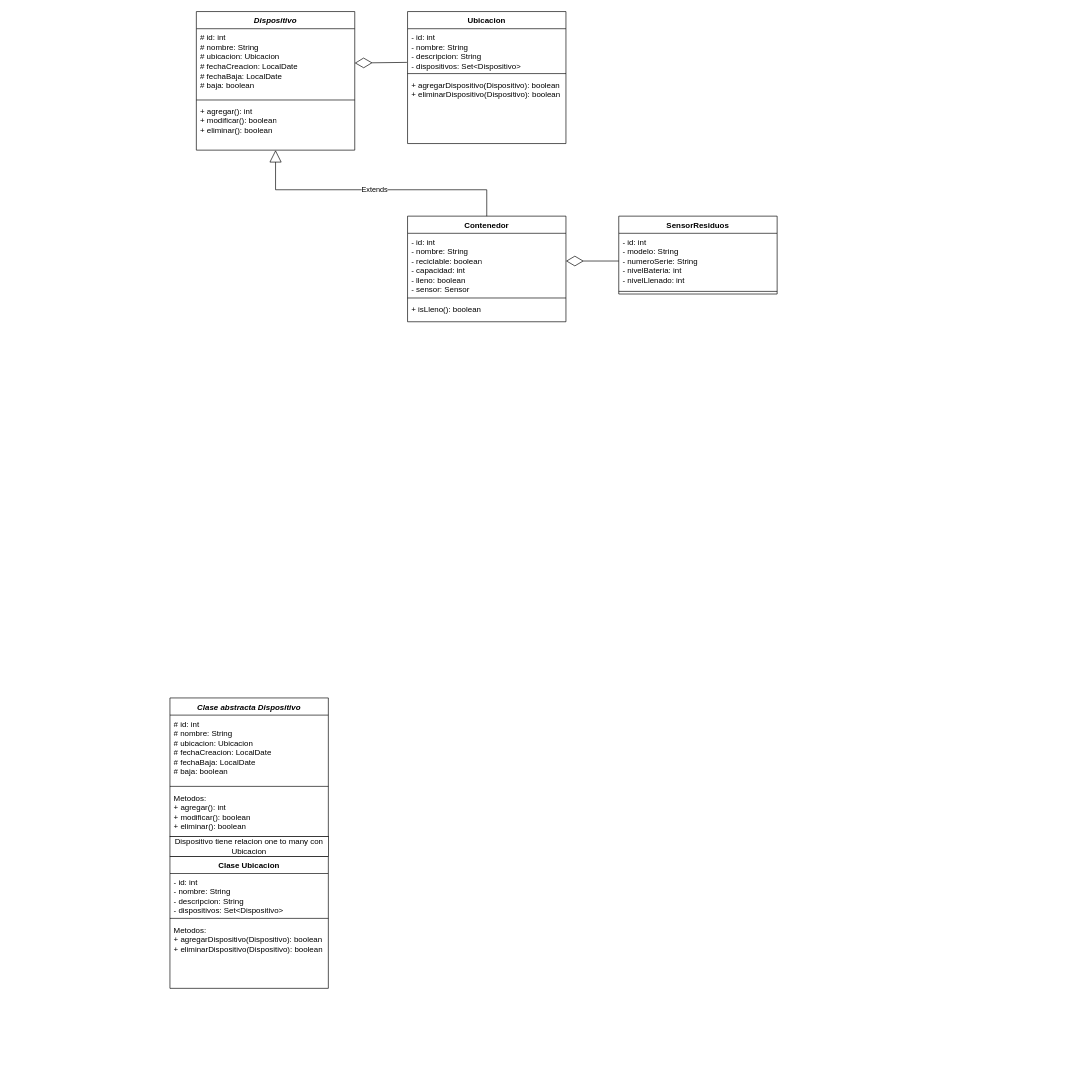
Above: Diagrama de Clases - Grupo 17.drawio in BarbaraNewman/grupo-17-OO2-2023 (draw.io), before the change. Source tidied: cells renumbered, new cells numbered last; positions are measured from the earlier drawing's top-left corner, leaving out a move shared by most shapes. Both pictures are drawn from the tidied source at 66%, with x=0, y=0 at pixel (170, 11).
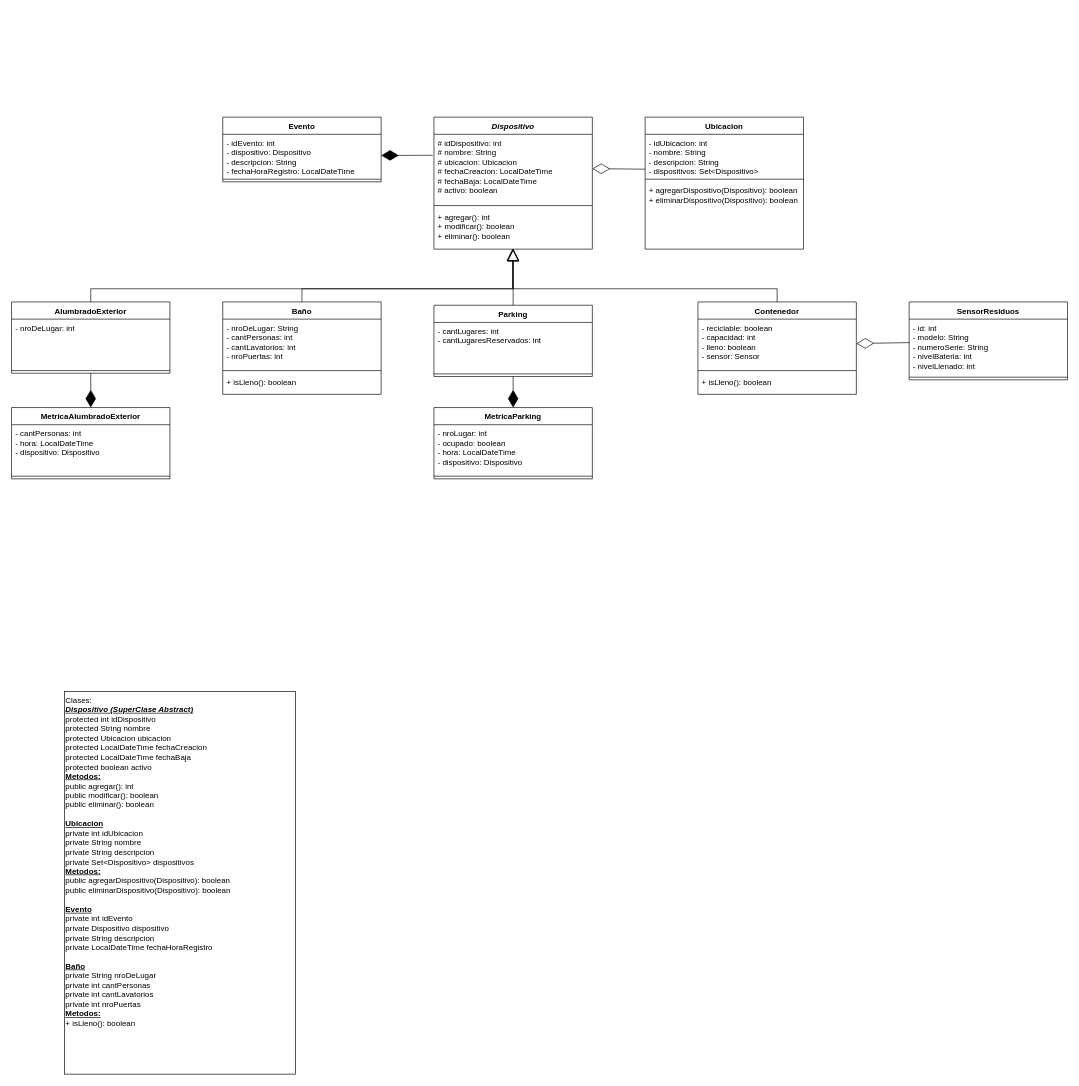
The same diagram, later.

Commit message (it also covers changes not shown here):
Update Diagrama de Clases

Unchanged cells that the change refers to:
```xml
<mxCell id="17" value="- id: int&lt;br&gt;- modelo: String&lt;br&gt;- numeroSerie: String&lt;br&gt;- nivelBateria: int&lt;br&gt;- nivelLlenado: int" style="text;strokeColor=none;fillColor=none;align=left;verticalAlign=top;spacingLeft=4;spacingRight=4;overflow=hidden;points=[[0,0.5],[1,0.5]];portConstraint=eastwest;whiteSpace=wrap;html=1;" parent="16" vertex="1">
  <mxGeometry y="26" width="240" height="84" as="geometry" />
</mxCell>
```

Diff of the diagram source:
```diff
@@
     <mxCell id="2" value="Ubicacion" style="swimlane;fontStyle=1;align=center;verticalAlign=top;horizontal=1;startSize=26;whiteSpace=wrap;html=1;" parent="1" vertex="1">
-      <mxGeometry x="360" width="240" height="200" as="geometry" />
+      <mxGeometry x="720" y="160" width="240" height="200" as="geometry" />
     </mxCell>
-    <mxCell id="3" value="- id: int&lt;br&gt;- nombre: String&lt;br&gt;- descripcion: String&lt;br&gt;- dispositivos: Set&amp;lt;Dispositivo&amp;gt;" style="text;strokeColor=none;fillColor=none;align=left;verticalAlign=top;spacingLeft=4;spacingRight=4;overflow=hidden;points=[[0,0.5],[1,0.5]];portConstraint=eastwest;whiteSpace=wrap;html=1;" parent="2" vertex="1">
+    <mxCell id="3" value="- idUbicacion: int&lt;br&gt;- nombre: String&lt;br&gt;- descripcion: String&lt;br&gt;- dispositivos: Set&amp;lt;Dispositivo&amp;gt;" style="text;strokeColor=none;fillColor=none;align=left;verticalAlign=top;spacingLeft=4;spacingRight=4;overflow=hidden;points=[[0,0.5],[1,0.5]];portConstraint=eastwest;whiteSpace=wrap;html=1;" parent="2" vertex="1">
       <mxGeometry y="26" width="240" height="64" as="geometry" />
     </mxCell>
@@
     <mxCell id="6" value="&lt;i&gt;Dispositivo&lt;/i&gt;" style="swimlane;fontStyle=1;align=center;verticalAlign=top;horizontal=1;startSize=26;whiteSpace=wrap;html=1;" parent="1" vertex="1">
-      <mxGeometry x="40" width="240" height="210" as="geometry" />
+      <mxGeometry x="400" y="160" width="240" height="200" as="geometry" />
     </mxCell>
-    <mxCell id="7" value="# id: int&lt;br&gt;# nombre: String&lt;br&gt;# ubicacion: Ubicacion&lt;br&gt;# fechaCreacion: LocalDate&lt;br&gt;# fechaBaja: LocalDate&lt;br&gt;# baja: boolean" style="text;strokeColor=none;fillColor=none;align=left;verticalAlign=top;spacingLeft=4;spacingRight=4;overflow=hidden;points=[[0,0.5],[1,0.5]];portConstraint=eastwest;whiteSpace=wrap;html=1;" parent="6" vertex="1">
+    <mxCell id="7" value="# idDispositivo: int&lt;br&gt;# nombre: String&lt;br&gt;# ubicacion: Ubicacion&lt;br&gt;# fechaCreacion: LocalDateTime&lt;br&gt;# fechaBaja: LocalDateTime&lt;br&gt;# activo: boolean" style="text;strokeColor=none;fillColor=none;align=left;verticalAlign=top;spacingLeft=4;spacingRight=4;overflow=hidden;points=[[0,0.5],[1,0.5]];portConstraint=eastwest;whiteSpace=wrap;html=1;" parent="6" vertex="1">
       <mxGeometry y="26" width="240" height="104" as="geometry" />
     </mxCell>
@@
     <mxCell id="9" value="+ agregar(): int&lt;br&gt;+ modificar(): boolean&lt;br&gt;+ eliminar(): boolean" style="text;strokeColor=none;fillColor=none;align=left;verticalAlign=top;spacingLeft=4;spacingRight=4;overflow=hidden;points=[[0,0.5],[1,0.5]];portConstraint=eastwest;whiteSpace=wrap;html=1;" parent="6" vertex="1">
-      <mxGeometry y="138" width="240" height="72" as="geometry" />
+      <mxGeometry y="138" width="240" height="62" as="geometry" />
     </mxCell>
     <mxCell id="10" value="Contenedor" style="swimlane;fontStyle=1;align=center;verticalAlign=top;horizontal=1;startSize=26;whiteSpace=wrap;html=1;" parent="1" vertex="1">
-      <mxGeometry x="360" y="310" width="240" height="160" as="geometry" />
+      <mxGeometry x="800" y="440" width="240" height="140" as="geometry" />
     </mxCell>
-    <mxCell id="11" value="- id: int&lt;br&gt;- nombre: String&lt;br&gt;- reciclable: boolean&lt;br&gt;- capacidad: int&lt;br&gt;- lleno: boolean&lt;br&gt;- sensor: Sensor" style="text;strokeColor=none;fillColor=none;align=left;verticalAlign=top;spacingLeft=4;spacingRight=4;overflow=hidden;points=[[0,0.5],[1,0.5]];portConstraint=eastwest;whiteSpace=wrap;html=1;" parent="10" vertex="1">
-      <mxGeometry y="26" width="240" height="94" as="geometry" />
+    <mxCell id="11" value="- reciclable: boolean&lt;br&gt;- capacidad: int&lt;br&gt;- lleno: boolean&lt;br&gt;- sensor: Sensor" style="text;strokeColor=none;fillColor=none;align=left;verticalAlign=top;spacingLeft=4;spacingRight=4;overflow=hidden;points=[[0,0.5],[1,0.5]];portConstraint=eastwest;whiteSpace=wrap;html=1;" parent="10" vertex="1">
+      <mxGeometry y="26" width="240" height="74" as="geometry" />
     </mxCell>
     <mxCell id="12" style="line;strokeWidth=1;fillColor=none;align=left;verticalAlign=middle;spacingTop=-1;spacingLeft=3;spacingRight=3;labelPosition=right;strokeColor=inherit;" parent="10" vertex="1">
-      <mxGeometry y="120" width="240" height="8" as="geometry" />
+      <mxGeometry y="100" width="240" height="8" as="geometry" />
     </mxCell>
     <mxCell id="13" value="+ isLleno(): boolean" style="text;strokeColor=none;fillColor=none;align=left;verticalAlign=top;spacingLeft=4;spacingRight=4;overflow=hidden;whiteSpace=wrap;html=1;" parent="10" vertex="1">
-      <mxGeometry y="128" width="240" height="32" as="geometry" />
+      <mxGeometry y="108" width="240" height="32" as="geometry" />
     </mxCell>
-    <mxCell id="14" value="Extends" style="endArrow=block;endSize=16;endFill=0;html=1;rounded=0;exitX=0.5;exitY=0;exitDx=0;exitDy=0;entryX=0.5;entryY=1;entryDx=0;entryDy=0;entryPerimeter=0;" parent="1" edge="1" source="10" target="9">
+    <mxCell id="14" style="endArrow=block;endSize=16;endFill=0;html=1;rounded=0;exitX=0.5;exitY=0;exitDx=0;exitDy=0;entryX=0.5;entryY=1;entryDx=0;entryDy=0;entryPerimeter=0;" parent="1" edge="1" source="10" target="9">
       <mxGeometry relative="1" as="geometry">
         <Array as="points">
-          <mxPoint x="480" y="270" />
-          <mxPoint x="160" y="270" />
+          <mxPoint x="920" y="420" />
+          <mxPoint x="520" y="420" />
         </Array>
       </mxGeometry>
     </mxCell>
-    <mxCell id="15" style="endArrow=diamondThin;endFill=0;endSize=24;html=1;rounded=0;entryX=1;entryY=0.5;entryDx=0;entryDy=0;exitX=-0.004;exitY=0.797;exitDx=0;exitDy=0;exitPerimeter=0;" parent="1" edge="1" source="3" target="7">
+    <mxCell id="15" style="endArrow=diamondThin;endFill=0;endSize=24;html=1;rounded=0;entryX=1;entryY=0.5;entryDx=0;entryDy=0;exitX=0;exitY=0.826;exitDx=0;exitDy=0;exitPerimeter=0;" parent="1" edge="1" source="3" target="7">
       <mxGeometry relative="1" as="geometry" />
     </mxCell>
     <mxCell id="16" value="SensorResiduos" style="swimlane;fontStyle=1;align=center;verticalAlign=top;horizontal=1;startSize=26;whiteSpace=wrap;html=1;" parent="1" vertex="1">
-      <mxGeometry x="680" y="310" width="240" height="118" as="geometry" />
+      <mxGeometry x="1120" y="440" width="240" height="118" as="geometry" />
     </mxCell>
@@
-    <mxCell id="19" style="endArrow=diamondThin;endFill=0;endSize=24;html=1;rounded=0;exitX=0;exitY=0.5;exitDx=0;exitDy=0;" parent="1" edge="1" source="17">
-      <mxGeometry relative="1" as="geometry">
-        <mxPoint x="600" y="378" as="targetPoint" />
-      </mxGeometry>
+    <mxCell id="19" style="endArrow=diamondThin;endFill=0;endSize=24;html=1;rounded=0;entryX=1;entryY=0.5;entryDx=0;entryDy=0;exitX=0.002;exitY=0.424;exitDx=0;exitDy=0;exitPerimeter=0;" parent="1" edge="1" source="17" target="11">
+      <mxGeometry relative="1" as="geometry" />
     </mxCell>
-    <mxCell id="20" value="Clase Ubicacion" style="swimlane;fontStyle=1;align=center;verticalAlign=top;horizontal=1;startSize=26;whiteSpace=wrap;html=1;" parent="1" vertex="1">
-      <mxGeometry y="1280" width="240" height="200" as="geometry" />
-    </mxCell>
-    <mxCell id="21" value="- id: int&lt;br&gt;- nombre: String&lt;br&gt;- descripcion: String&lt;br&gt;- dispositivos: Set&amp;lt;Dispositivo&amp;gt;" style="text;strokeColor=none;fillColor=none;align=left;verticalAlign=top;spacingLeft=4;spacingRight=4;overflow=hidden;whiteSpace=wrap;html=1;" parent="20" vertex="1">
-      <mxGeometry y="26" width="240" height="64" as="geometry" />
-    </mxCell>
+    <mxCell id="29" value="Evento" style="swimlane;fontStyle=1;align=center;verticalAlign=top;horizontal=1;startSize=26;whiteSpace=wrap;html=1;" parent="1" vertex="1">
+      <mxGeometry x="80" y="160" width="240" height="98" as="geometry" />
+    </mxCell>
+    <mxCell id="30" value="- idEvento: int&lt;br&gt;- dispositivo: Dispositivo&lt;br&gt;- descripcion: String&lt;br&gt;- fechaHoraRegistro: LocalDateTime" style="text;strokeColor=none;fillColor=none;align=left;verticalAlign=top;spacingLeft=4;spacingRight=4;overflow=hidden;points=[[0,0.5],[1,0.5]];portConstraint=eastwest;whiteSpace=wrap;html=1;" parent="29" vertex="1">
+      <mxGeometry y="26" width="240" height="64" as="geometry" />
+    </mxCell>
-    <mxCell id="22" style="line;strokeWidth=1;fillColor=none;align=left;verticalAlign=middle;spacingTop=-1;spacingLeft=3;spacingRight=3;labelPosition=right;strokeColor=inherit;" parent="20" vertex="1">
+    <mxCell id="22" style="line;strokeWidth=1;fillColor=none;align=left;verticalAlign=middle;spacingTop=-1;spacingLeft=3;spacingRight=3;labelPosition=right;strokeColor=inherit;" parent="29" vertex="1">
       <mxGeometry y="90" width="240" height="8" as="geometry" />
     </mxCell>
-    <mxCell id="23" value="Metodos:&lt;br&gt;+ agregarDispositivo(Dispositivo): boolean&lt;br&gt;+ eliminarDispositivo(Dispositivo): boolean" style="text;strokeColor=none;fillColor=none;align=left;verticalAlign=top;spacingLeft=4;spacingRight=4;overflow=hidden;whiteSpace=wrap;html=1;" parent="20" vertex="1">
-      <mxGeometry y="98" width="240" height="102" as="geometry" />
-    </mxCell>
-    <mxCell id="24" value="&lt;i&gt;Clase abstracta Dispositivo&lt;/i&gt;" style="swimlane;fontStyle=1;align=center;verticalAlign=top;horizontal=1;startSize=26;whiteSpace=wrap;html=1;" parent="1" vertex="1">
-      <mxGeometry y="1040" width="240" height="210" as="geometry" />
-    </mxCell>
-    <mxCell id="25" value="# id: int&lt;br&gt;# nombre: String&lt;br&gt;# ubicacion: Ubicacion&lt;br&gt;# fechaCreacion: LocalDate&lt;br&gt;# fechaBaja: LocalDate&lt;br&gt;# baja: boolean" style="text;strokeColor=none;fillColor=none;align=left;verticalAlign=top;spacingLeft=4;spacingRight=4;overflow=hidden;whiteSpace=wrap;html=1;" parent="24" vertex="1">
-      <mxGeometry y="26" width="240" height="104" as="geometry" />
-    </mxCell>
-    <mxCell id="26" style="line;strokeWidth=1;fillColor=none;align=left;verticalAlign=middle;spacingTop=-1;spacingLeft=3;spacingRight=3;labelPosition=right;strokeColor=inherit;" parent="24" vertex="1">
-      <mxGeometry y="130" width="240" height="8" as="geometry" />
-    </mxCell>
-    <mxCell id="27" value="Metodos:&lt;br&gt;+ agregar(): int&lt;br&gt;+ modificar(): boolean&lt;br&gt;+ eliminar(): boolean" style="text;strokeColor=none;fillColor=none;align=left;verticalAlign=top;spacingLeft=4;spacingRight=4;overflow=hidden;whiteSpace=wrap;html=1;" parent="24" vertex="1">
-      <mxGeometry y="138" width="240" height="72" as="geometry" />
-    </mxCell>
-    <mxCell id="28" value="Dispositivo tiene relacion one to many con Ubicacion" style="html=1;whiteSpace=wrap;" parent="1" vertex="1">
-      <mxGeometry y="1250" width="240" height="30" as="geometry" />
-    </mxCell>
+    <mxCell id="31" style="endArrow=diamondThin;endFill=1;endSize=24;html=1;rounded=0;entryX=1;entryY=0.5;entryDx=0;entryDy=0;exitX=-0.008;exitY=0.306;exitDx=0;exitDy=0;exitPerimeter=0;" parent="1" edge="1" source="7" target="30">
+      <mxGeometry relative="1" as="geometry" />
+    </mxCell>
+    <mxCell id="32" value="Baño" style="swimlane;fontStyle=1;align=center;verticalAlign=top;horizontal=1;startSize=26;whiteSpace=wrap;html=1;" parent="1" vertex="1">
+      <mxGeometry x="80" y="440" width="240" height="140" as="geometry" />
+    </mxCell>
+    <mxCell id="33" value="- nroDeLugar: String&lt;br&gt;- cantPersonas: int&lt;br&gt;- cantLavatorios: int&lt;br&gt;- nroPuertas: int" style="text;strokeColor=none;fillColor=none;align=left;verticalAlign=top;spacingLeft=4;spacingRight=4;overflow=hidden;whiteSpace=wrap;html=1;" parent="32" vertex="1">
+      <mxGeometry y="26" width="240" height="74" as="geometry" />
+    </mxCell>
+    <mxCell id="34" style="line;strokeWidth=1;fillColor=none;align=left;verticalAlign=middle;spacingTop=-1;spacingLeft=3;spacingRight=3;labelPosition=right;strokeColor=inherit;" parent="32" vertex="1">
+      <mxGeometry y="100" width="240" height="8" as="geometry" />
+    </mxCell>
+    <mxCell id="35" value="+ isLleno(): boolean" style="text;strokeColor=none;fillColor=none;align=left;verticalAlign=top;spacingLeft=4;spacingRight=4;overflow=hidden;whiteSpace=wrap;html=1;" parent="32" vertex="1">
+      <mxGeometry y="108" width="240" height="32" as="geometry" />
+    </mxCell>
+    <mxCell id="36" style="endArrow=block;endSize=16;endFill=0;html=1;rounded=0;exitX=0.5;exitY=0;exitDx=0;exitDy=0;entryX=0.497;entryY=0.984;entryDx=0;entryDy=0;entryPerimeter=0;" parent="1" edge="1" source="32" target="9">
+      <mxGeometry relative="1" as="geometry">
+        <Array as="points">
+          <mxPoint x="200" y="420" />
+          <mxPoint x="519" y="420" />
+        </Array>
+      </mxGeometry>
+    </mxCell>
+    <mxCell id="37" value="AlumbradoExterior" style="swimlane;fontStyle=1;align=center;verticalAlign=top;horizontal=1;startSize=26;whiteSpace=wrap;html=1;" parent="1" vertex="1">
+      <mxGeometry x="-240" y="440" width="240" height="108" as="geometry" />
+    </mxCell>
+    <mxCell id="38" value="- nroDeLugar: int" style="text;strokeColor=none;fillColor=none;align=left;verticalAlign=top;spacingLeft=4;spacingRight=4;overflow=hidden;whiteSpace=wrap;html=1;" parent="37" vertex="1">
+      <mxGeometry y="26" width="240" height="74" as="geometry" />
+    </mxCell>
+    <mxCell id="39" style="line;strokeWidth=1;fillColor=none;align=left;verticalAlign=middle;spacingTop=-1;spacingLeft=3;spacingRight=3;labelPosition=right;strokeColor=inherit;" parent="37" vertex="1">
+      <mxGeometry y="100" width="240" height="8" as="geometry" />
+    </mxCell>
+    <mxCell id="40" style="endArrow=block;endSize=16;endFill=0;html=1;rounded=0;exitX=0.5;exitY=0;exitDx=0;exitDy=0;" parent="1" edge="1" source="37">
+      <mxGeometry x="-0.55" relative="1" as="geometry">
+        <mxPoint x="520" y="360" as="targetPoint" />
+        <Array as="points">
+          <mxPoint x="-120" y="420" />
+          <mxPoint x="520" y="420" />
+        </Array>
+      </mxGeometry>
+    </mxCell>
+    <mxCell id="41" value="MetricaAlumbradoExterior" style="swimlane;fontStyle=1;align=center;verticalAlign=top;horizontal=1;startSize=26;whiteSpace=wrap;html=1;" parent="1" vertex="1">
+      <mxGeometry x="-240" y="600" width="240" height="108" as="geometry" />
+    </mxCell>
+    <mxCell id="42" value="- cantPersonas: int&lt;br&gt;- hora: LocalDateTime&lt;br&gt;- dispositivo: Dispositivo" style="text;strokeColor=none;fillColor=none;align=left;verticalAlign=top;spacingLeft=4;spacingRight=4;overflow=hidden;whiteSpace=wrap;html=1;" parent="41" vertex="1">
+      <mxGeometry y="26" width="240" height="74" as="geometry" />
+    </mxCell>
+    <mxCell id="43" style="line;strokeWidth=1;fillColor=none;align=left;verticalAlign=middle;spacingTop=-1;spacingLeft=3;spacingRight=3;labelPosition=right;strokeColor=inherit;" parent="41" vertex="1">
+      <mxGeometry y="100" width="240" height="8" as="geometry" />
+    </mxCell>
+    <mxCell id="44" value="Parking" style="swimlane;fontStyle=1;align=center;verticalAlign=top;horizontal=1;startSize=26;whiteSpace=wrap;html=1;" parent="1" vertex="1">
+      <mxGeometry x="400" y="445" width="240" height="108" as="geometry" />
+    </mxCell>
+    <mxCell id="45" value="- cantLugares: int&lt;br&gt;- cantLugaresReservados: int" style="text;strokeColor=none;fillColor=none;align=left;verticalAlign=top;spacingLeft=4;spacingRight=4;overflow=hidden;whiteSpace=wrap;html=1;" parent="44" vertex="1">
+      <mxGeometry y="26" width="240" height="74" as="geometry" />
+    </mxCell>
+    <mxCell id="46" style="line;strokeWidth=1;fillColor=none;align=left;verticalAlign=middle;spacingTop=-1;spacingLeft=3;spacingRight=3;labelPosition=right;strokeColor=inherit;" parent="44" vertex="1">
+      <mxGeometry y="100" width="240" height="8" as="geometry" />
+    </mxCell>
+    <mxCell id="47" style="endArrow=block;endSize=16;endFill=0;html=1;rounded=0;exitX=0.5;exitY=0;exitDx=0;exitDy=0;entryX=0.5;entryY=0.985;entryDx=0;entryDy=0;entryPerimeter=0;" parent="1" edge="1" source="44" target="9">
+      <mxGeometry x="-0.42" relative="1" as="geometry" />
+    </mxCell>
+    <mxCell id="48" value="MetricaParking" style="swimlane;fontStyle=1;align=center;verticalAlign=top;horizontal=1;startSize=26;whiteSpace=wrap;html=1;" parent="1" vertex="1">
+      <mxGeometry x="400" y="600" width="240" height="108" as="geometry" />
+    </mxCell>
+    <mxCell id="49" value="- nroLugar: int&lt;br&gt;- ocupado: boolean&lt;br&gt;- hora: LocalDateTime&lt;br&gt;- dispositivo: Dispositivo" style="text;strokeColor=none;fillColor=none;align=left;verticalAlign=top;spacingLeft=4;spacingRight=4;overflow=hidden;whiteSpace=wrap;html=1;" parent="48" vertex="1">
+      <mxGeometry y="26" width="240" height="74" as="geometry" />
+    </mxCell>
+    <mxCell id="50" style="line;strokeWidth=1;fillColor=none;align=left;verticalAlign=middle;spacingTop=-1;spacingLeft=3;spacingRight=3;labelPosition=right;strokeColor=inherit;" parent="48" vertex="1">
+      <mxGeometry y="100" width="240" height="8" as="geometry" />
+    </mxCell>
+    <mxCell id="51" style="endArrow=diamondThin;endFill=1;endSize=24;html=1;rounded=0;entryX=0.5;entryY=0;entryDx=0;entryDy=0;exitX=0.5;exitY=1;exitDx=0;exitDy=0;" parent="1" edge="1" source="44" target="48">
+      <mxGeometry relative="1" as="geometry" />
+    </mxCell>
+    <mxCell id="52" style="endArrow=diamondThin;endFill=1;endSize=24;html=1;rounded=0;exitX=0.5;exitY=1;exitDx=0;exitDy=0;entryX=0.5;entryY=0;entryDx=0;entryDy=0;" parent="1" edge="1" source="37" target="41">
+      <mxGeometry relative="1" as="geometry" />
+    </mxCell>
+    <mxCell id="53" value="Clases:&lt;br&gt;&lt;i style=&quot;font-weight: 700;&quot;&gt;&lt;u&gt;Dispositivo (SuperClase Abstract)&lt;/u&gt;&lt;br&gt;&lt;/i&gt;protected int&amp;nbsp;idDispositivo&lt;br style=&quot;&quot;&gt;protected String&amp;nbsp;&lt;span style=&quot;&quot;&gt;nombre&lt;/span&gt;&lt;br style=&quot;&quot;&gt;protected Ubicacion&amp;nbsp;&lt;span style=&quot;&quot;&gt;ubicacion&lt;/span&gt;&lt;br style=&quot;&quot;&gt;protected LocalDateTime&amp;nbsp;&lt;span style=&quot;&quot;&gt;fechaCreacion&lt;/span&gt;&lt;br style=&quot;&quot;&gt;protected LocalDateTime&amp;nbsp;&lt;span style=&quot;&quot;&gt;fechaBaja&lt;/span&gt;&lt;br style=&quot;&quot;&gt;protected boolean&amp;nbsp;&lt;span style=&quot;&quot;&gt;activo&lt;br&gt;&lt;/span&gt;&lt;span style=&quot;font-weight: 700;&quot;&gt;&lt;u&gt;Metodos:&lt;/u&gt;&lt;br&gt;&lt;/span&gt;public agregar(): int&lt;br&gt;public&amp;nbsp;modificar(): boolean&lt;br&gt;public&amp;nbsp;eliminar(): boolean&lt;br&gt;&lt;i style=&quot;font-weight: 700;&quot;&gt;&lt;br&gt;&lt;/i&gt;&lt;b&gt;&lt;u&gt;Ubicacion&lt;/u&gt;&lt;/b&gt;&lt;br&gt;&lt;div style=&quot;&quot;&gt;private int idUbicacion&lt;/div&gt;&lt;div style=&quot;&quot;&gt;private String nombre&lt;/div&gt;&lt;div style=&quot;&quot;&gt;private String descripcion&lt;/div&gt;&lt;div style=&quot;&quot;&gt;private Set&amp;lt;Dispositivo&amp;gt; dispositivos&lt;/div&gt;&lt;div style=&quot;&quot;&gt;&lt;u style=&quot;font-weight: 700;&quot;&gt;Metodos:&lt;/u&gt;&lt;br&gt;&lt;/div&gt;public&amp;nbsp;&lt;span style=&quot;background-color: initial;&quot;&gt;agregarDispositivo(Dispositivo): boolean&lt;/span&gt;&lt;br&gt;public&amp;nbsp;eliminarDispositivo(Dispositivo): boolean&lt;br&gt;&lt;br&gt;&lt;span style=&quot;font-weight: 700; text-align: center;&quot;&gt;&lt;u&gt;Evento&lt;br&gt;&lt;/u&gt;&lt;/span&gt;private int idEvento&lt;br&gt;private Dispositivo dispositivo&lt;br&gt;private String&amp;nbsp;descripcion&lt;br&gt;private LocalDateTime fechaHoraRegistro&lt;br&gt;&lt;br&gt;&lt;span style=&quot;font-weight: 700; text-align: center;&quot;&gt;&lt;u&gt;Baño&lt;br&gt;&lt;/u&gt;&lt;/span&gt;private String nroDeLugar&lt;br&gt;private&amp;nbsp;int cantPersonas&lt;br&gt;private&amp;nbsp;int&amp;nbsp;cantLavatorios&lt;br&gt;private&amp;nbsp;int nroPuertas&lt;br&gt;&lt;b&gt;&lt;u&gt;Metodos:&lt;/u&gt;&lt;/b&gt;&lt;br&gt;+ isLleno(): boolean&lt;span style=&quot;background-color: initial;&quot;&gt;&lt;br&gt;&lt;/span&gt;" style="html=1;whiteSpace=wrap;align=left;verticalAlign=top;" parent="1" vertex="1">
+      <mxGeometry x="-160" y="1030" width="350" height="580" as="geometry" />
+    </mxCell>
```
